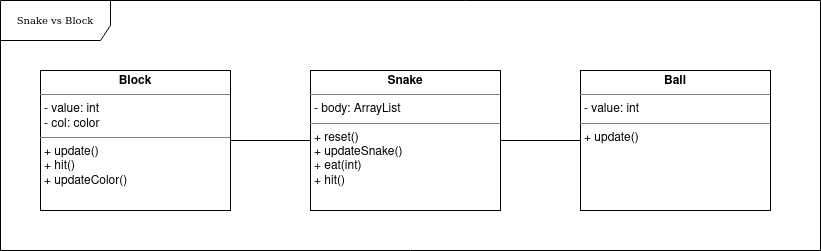
This is ouruml.png from madeline-lei/final_project, a draw.io export, as it was before one commit. Source tidied: cells renumbered, new cells last; positions are measured from the earlier drawing's top-left corner, leaving out a move shared by most shapes.
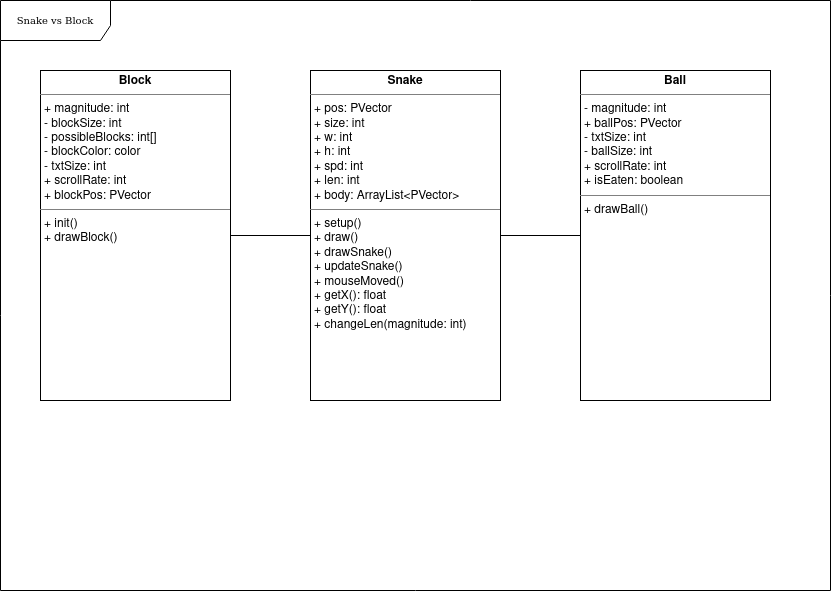
Later version of the same file.

Diff of the diagram source:
```diff
@@ -3,7 +3,7 @@
     <mxCell id="0" />
     <mxCell id="1" parent="0" />
     <mxCell id="2" value="Snake vs Block" style="shape=umlFrame;whiteSpace=wrap;html=1;rounded=0;shadow=0;comic=0;labelBackgroundColor=none;strokeWidth=1;fontFamily=Verdana;fontSize=10;align=center;width=110;height=40;" parent="1" vertex="1">
-      <mxGeometry width="820" height="250" as="geometry" />
+      <mxGeometry width="830" height="590" as="geometry" />
     </mxCell>
     <mxCell id="3" style="edgeStyle=orthogonalEdgeStyle;rounded=0;jettySize=auto;html=1;endArrow=none;endFill=0;" parent="1" edge="1" source="5" target="6">
       <mxGeometry relative="1" as="geometry" />
@@ -11,14 +11,14 @@
     <mxCell id="4" style="edgeStyle=orthogonalEdgeStyle;rounded=0;jettySize=auto;html=1;endArrow=none;endFill=0;" parent="1" edge="1" source="5" target="7">
       <mxGeometry relative="1" as="geometry" />
     </mxCell>
-    <mxCell id="5" value="&lt;p style=&quot;margin:0px;margin-top:4px;text-align:center;&quot;&gt;&lt;b&gt;Snake&lt;/b&gt;&lt;/p&gt;&lt;hr size=&quot;1&quot;&gt;&lt;p style=&quot;margin:0px;margin-left:4px;&quot;&gt;- body: ArrayList&lt;/p&gt;&lt;hr size=&quot;1&quot;&gt;&lt;p style=&quot;margin:0px;margin-left:4px;&quot;&gt;+ reset()&lt;br&gt;+ updateSnake()&lt;/p&gt;&lt;p style=&quot;margin:0px;margin-left:4px;&quot;&gt;+ eat(int)&lt;/p&gt;&lt;p style=&quot;margin:0px;margin-left:4px;&quot;&gt;+ hit()&lt;/p&gt;" style="verticalAlign=top;align=left;overflow=fill;fontSize=12;fontFamily=Helvetica;html=1;rounded=0;shadow=0;comic=0;labelBackgroundColor=none;strokeWidth=1;" parent="1" vertex="1">
-      <mxGeometry x="310" y="70" width="190" height="140" as="geometry" />
+    <mxCell id="5" value="&lt;p style=&quot;margin:0px;margin-top:4px;text-align:center;&quot;&gt;&lt;b&gt;Snake&lt;/b&gt;&lt;/p&gt;&lt;hr size=&quot;1&quot;&gt;&lt;p style=&quot;margin:0px;margin-left:4px;&quot;&gt;+ pos: PVector&lt;/p&gt;&lt;p style=&quot;margin:0px;margin-left:4px;&quot;&gt;+ size: int&lt;/p&gt;&lt;p style=&quot;margin:0px;margin-left:4px;&quot;&gt;+ w: int&lt;/p&gt;&lt;p style=&quot;margin:0px;margin-left:4px;&quot;&gt;+ h: int&lt;/p&gt;&lt;p style=&quot;margin:0px;margin-left:4px;&quot;&gt;+ spd: int&lt;br&gt;&lt;/p&gt;&lt;p style=&quot;margin:0px;margin-left:4px;&quot;&gt;+ len: int&lt;/p&gt;&lt;p style=&quot;margin:0px;margin-left:4px;&quot;&gt;+ body: ArrayList&amp;lt;PVector&amp;gt;&lt;/p&gt;&lt;hr size=&quot;1&quot;&gt;&lt;p style=&quot;margin:0px;margin-left:4px;&quot;&gt;+ setup()&lt;/p&gt;&lt;p style=&quot;margin:0px;margin-left:4px;&quot;&gt;+ draw()&lt;/p&gt;&lt;p style=&quot;margin:0px;margin-left:4px;&quot;&gt;+ drawSnake()&lt;/p&gt;&lt;p style=&quot;margin:0px;margin-left:4px;&quot;&gt;+ updateSnake()&lt;/p&gt;&lt;p style=&quot;margin:0px;margin-left:4px;&quot;&gt;+ mouseMoved()&lt;/p&gt;&lt;p style=&quot;margin:0px;margin-left:4px;&quot;&gt;+ getX(): float&lt;/p&gt;&lt;p style=&quot;margin:0px;margin-left:4px;&quot;&gt;+ getY(): float&lt;/p&gt;&lt;p style=&quot;margin:0px;margin-left:4px;&quot;&gt;+ changeLen(magnitude: int)&lt;br&gt;&lt;/p&gt;&lt;p style=&quot;margin:0px;margin-left:4px;&quot;&gt;&lt;br&gt;&lt;/p&gt;" style="verticalAlign=top;align=left;overflow=fill;fontSize=12;fontFamily=Helvetica;html=1;rounded=0;shadow=0;comic=0;labelBackgroundColor=none;strokeWidth=1;" parent="1" vertex="1">
+      <mxGeometry x="310" y="70" width="190" height="330" as="geometry" />
     </mxCell>
-    <mxCell id="6" value="&lt;p style=&quot;margin:0px;margin-top:4px;text-align:center;&quot;&gt;&lt;b&gt;Block&lt;/b&gt;&lt;/p&gt;&lt;hr size=&quot;1&quot;&gt;&lt;p style=&quot;margin:0px;margin-left:4px;&quot;&gt;- value: int&lt;br&gt;- col: color&lt;/p&gt;&lt;hr size=&quot;1&quot;&gt;&lt;p style=&quot;margin:0px;margin-left:4px;&quot;&gt;+ update()&lt;br&gt;+ hit()&lt;/p&gt;&lt;p style=&quot;margin:0px;margin-left:4px;&quot;&gt;+ updateColor()&lt;/p&gt;" style="verticalAlign=top;align=left;overflow=fill;fontSize=12;fontFamily=Helvetica;html=1;rounded=0;shadow=0;comic=0;labelBackgroundColor=none;strokeWidth=1;" parent="1" vertex="1">
-      <mxGeometry x="40" y="70" width="190" height="140" as="geometry" />
+    <mxCell id="6" value="&lt;p style=&quot;margin:0px;margin-top:4px;text-align:center;&quot;&gt;&lt;b&gt;Block&lt;/b&gt;&lt;/p&gt;&lt;hr size=&quot;1&quot;&gt;&lt;p style=&quot;margin:0px;margin-left:4px;&quot;&gt;+ magnitude: int&lt;/p&gt;&lt;p style=&quot;margin:0px;margin-left:4px;&quot;&gt;- blockSize: int&lt;/p&gt;&lt;p style=&quot;margin:0px;margin-left:4px;&quot;&gt;- possibleBlocks: int[]&lt;/p&gt;&lt;p style=&quot;margin:0px;margin-left:4px;&quot;&gt;- blockColor: color&lt;/p&gt;&lt;p style=&quot;margin:0px;margin-left:4px;&quot;&gt;- txtSize: int&lt;/p&gt;&lt;p style=&quot;margin:0px;margin-left:4px;&quot;&gt;+ scrollRate: int&lt;/p&gt;&lt;p style=&quot;margin:0px;margin-left:4px;&quot;&gt;+ blockPos: PVector&lt;br&gt;&lt;/p&gt;&lt;hr size=&quot;1&quot;&gt;&lt;p style=&quot;margin:0px;margin-left:4px;&quot;&gt;+ init()&lt;/p&gt;&lt;p style=&quot;margin:0px;margin-left:4px;&quot;&gt;+ drawBlock()&lt;/p&gt;" style="verticalAlign=top;align=left;overflow=fill;fontSize=12;fontFamily=Helvetica;html=1;rounded=0;shadow=0;comic=0;labelBackgroundColor=none;strokeWidth=1;" parent="1" vertex="1">
+      <mxGeometry x="40" y="70" width="190" height="330" as="geometry" />
     </mxCell>
-    <mxCell id="7" value="&lt;p style=&quot;margin:0px;margin-top:4px;text-align:center;&quot;&gt;&lt;b&gt;Ball&lt;/b&gt;&lt;/p&gt;&lt;hr size=&quot;1&quot;&gt;&lt;p style=&quot;margin:0px;margin-left:4px;&quot;&gt;- value: int&lt;/p&gt;&lt;hr size=&quot;1&quot;&gt;&lt;p style=&quot;margin:0px;margin-left:4px;&quot;&gt;+ update()&lt;/p&gt;" style="verticalAlign=top;align=left;overflow=fill;fontSize=12;fontFamily=Helvetica;html=1;rounded=0;shadow=0;comic=0;labelBackgroundColor=none;strokeWidth=1;" parent="1" vertex="1">
-      <mxGeometry x="580" y="70" width="190" height="140" as="geometry" />
+    <mxCell id="7" value="&lt;p style=&quot;margin:0px;margin-top:4px;text-align:center;&quot;&gt;&lt;b&gt;Ball&lt;/b&gt;&lt;/p&gt;&lt;hr size=&quot;1&quot;&gt;&lt;p style=&quot;margin:0px;margin-left:4px;&quot;&gt;- magnitude: int&lt;/p&gt;&lt;p style=&quot;margin:0px;margin-left:4px;&quot;&gt;+ ballPos: PVector&lt;/p&gt;&lt;p style=&quot;margin:0px;margin-left:4px;&quot;&gt;- txtSize: int&lt;/p&gt;&lt;p style=&quot;margin:0px;margin-left:4px;&quot;&gt;- ballSize: int&lt;/p&gt;&lt;p style=&quot;margin:0px;margin-left:4px;&quot;&gt;+ scrollRate: int&lt;/p&gt;&lt;p style=&quot;margin:0px;margin-left:4px;&quot;&gt;+ isEaten: boolean&lt;/p&gt;&lt;hr size=&quot;1&quot;&gt;&lt;p style=&quot;margin:0px;margin-left:4px;&quot;&gt;+ drawBall()&lt;br&gt;&lt;/p&gt;" style="verticalAlign=top;align=left;overflow=fill;fontSize=12;fontFamily=Helvetica;html=1;rounded=0;shadow=0;comic=0;labelBackgroundColor=none;strokeWidth=1;" parent="1" vertex="1">
+      <mxGeometry x="580" y="70" width="190" height="330" as="geometry" />
     </mxCell>
   </root>
 </mxGraphModel>
```
